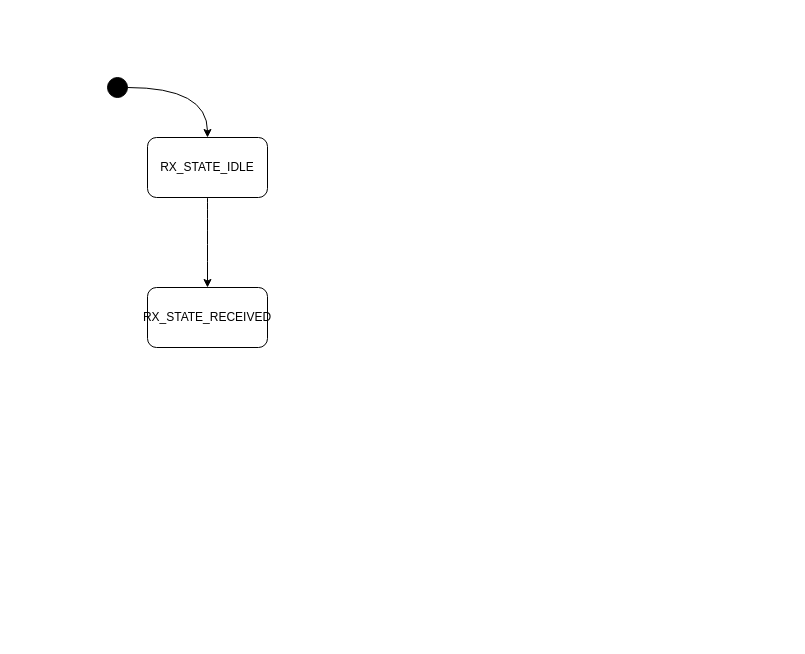
The draw.io diagram graphe_etats.drawio in Artilect-FabTronic/Arduino-Machine-A-Etats, before the edit. Source tidied: cells renumbered, new cells numbered last; positions are measured from the earlier drawing's top-left corner, leaving out a move shared by most shapes. Both pictures are drawn from the tidied source at 100%, with x=0, y=0 at pixel (107, 77).
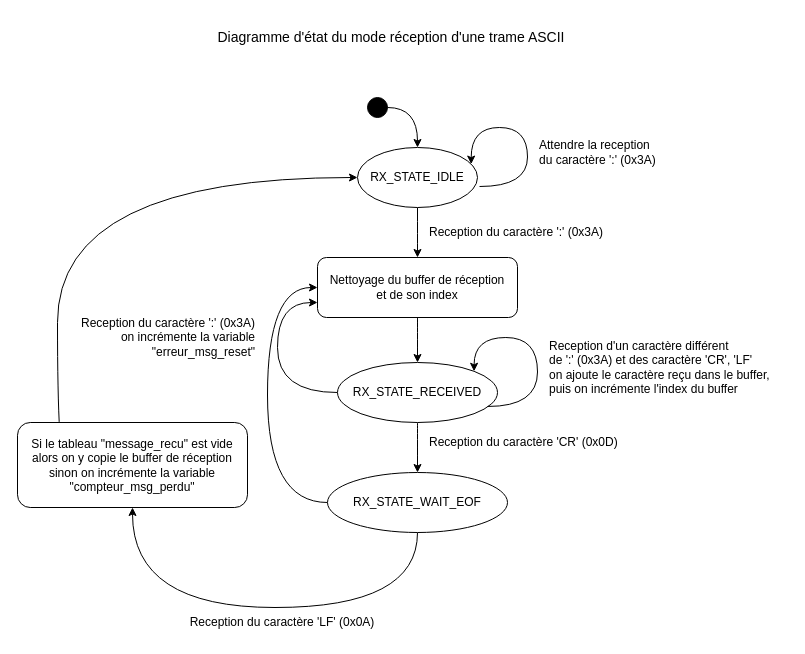
The same diagram, later.

Commit message (it also covers changes not shown here):
Mise à jour du diagramme de reception d'une trame

What changed in the source:
```diff
@@
     <mxCell id="3" style="ellipse;whiteSpace=wrap;html=1;fillColor=#000000;" parent="1" vertex="1">
-      <mxGeometry width="20" height="20" as="geometry" />
+      <mxGeometry x="260" y="20" width="20" height="20" as="geometry" />
     </mxCell>
-    <mxCell id="4" style="edgeStyle=orthogonalEdgeStyle;curved=1;jettySize=auto;html=1;" parent="1" edge="1" source="5" target="6">
-      <mxGeometry relative="1" as="geometry" />
-    </mxCell>
+    <mxCell id="7" style="edgeStyle=orthogonalEdgeStyle;curved=1;rounded=0;jettySize=auto;html=1;exitX=0.5;exitY=1;exitDx=0;exitDy=0;entryX=0.5;entryY=0;entryDx=0;entryDy=0;startArrow=none;startFill=0;" parent="1" edge="1" source="5" target="23">
+      <mxGeometry relative="1" as="geometry">
+        <Array as="points">
+          <mxPoint x="310" y="160" />
+          <mxPoint x="310" y="160" />
+        </Array>
+      </mxGeometry>
+    </mxCell>
-    <mxCell id="5" value="RX_STATE_IDLE" style="rounded=1;whiteSpace=wrap;html=1;" parent="1" vertex="1">
-      <mxGeometry x="40" y="60" width="120" height="60" as="geometry" />
+    <mxCell id="5" value="RX_STATE_IDLE" style="ellipse;whiteSpace=wrap;html=1;rounded=1;" parent="1" vertex="1">
+      <mxGeometry x="250" y="70" width="120" height="60" as="geometry" />
     </mxCell>
+    <mxCell id="8" style="edgeStyle=orthogonalEdgeStyle;curved=1;rounded=0;jettySize=auto;html=1;exitX=0.25;exitY=0;exitDx=0;exitDy=0;entryX=0;entryY=0.5;entryDx=0;entryDy=0;startArrow=none;startFill=0;" parent="1" edge="1" source="6" target="5">
+      <mxGeometry relative="1" as="geometry">
+        <Array as="points">
+          <mxPoint x="-50" y="390" />
+          <mxPoint x="-50" y="100" />
+        </Array>
+      </mxGeometry>
+    </mxCell>
-    <mxCell id="6" value="&lt;span&gt;RX_STATE_RECEIVED&lt;/span&gt;" style="whiteSpace=wrap;html=1;rounded=1;" parent="1" vertex="1">
-      <mxGeometry x="40" y="210" width="120" height="60" as="geometry" />
+    <mxCell id="6" value="&lt;span&gt;Si le tableau&amp;nbsp;&quot;message_recu&quot;&amp;nbsp;est vide&lt;br&gt;alors on y copie le buffer de réception&lt;br&gt;sinon&amp;nbsp;on incrémente la variable &quot;compteur_msg_perdu&quot;&lt;br&gt;&lt;/span&gt;" style="whiteSpace=wrap;html=1;rounded=1;" parent="1" vertex="1">
+      <mxGeometry x="-90" y="345" width="230" height="85" as="geometry" />
     </mxCell>
+    <mxCell id="9" style="edgeStyle=orthogonalEdgeStyle;curved=1;rounded=0;jettySize=auto;html=1;startArrow=none;startFill=0;exitX=0.5;exitY=1;exitDx=0;exitDy=0;entryX=0.5;entryY=1;entryDx=0;entryDy=0;" parent="1" edge="1" source="11" target="6">
+      <mxGeometry relative="1" as="geometry">
+        <Array as="points">
+          <mxPoint x="310" y="530" />
+          <mxPoint x="25" y="530" />
+        </Array>
+      </mxGeometry>
+    </mxCell>
+    <mxCell id="10" style="edgeStyle=orthogonalEdgeStyle;curved=1;rounded=0;jettySize=auto;html=1;exitX=0;exitY=0.5;exitDx=0;exitDy=0;entryX=0;entryY=0.5;entryDx=0;entryDy=0;startArrow=none;startFill=0;" parent="1" edge="1" source="11" target="23">
+      <mxGeometry relative="1" as="geometry">
+        <Array as="points">
+          <mxPoint x="160" y="425" />
+          <mxPoint x="160" y="210" />
+        </Array>
+      </mxGeometry>
+    </mxCell>
+    <mxCell id="11" value="&lt;span&gt;RX_STATE_WAIT_EOF&lt;br&gt;&lt;/span&gt;" style="ellipse;whiteSpace=wrap;html=1;rounded=1;" parent="1" vertex="1">
+      <mxGeometry x="220" y="395" width="180" height="60" as="geometry" />
+    </mxCell>
+    <mxCell id="12" style="edgeStyle=orthogonalEdgeStyle;rounded=0;orthogonalLoop=1;jettySize=auto;html=1;exitX=1.017;exitY=0.65;exitDx=0;exitDy=0;entryX=1;entryY=0.25;entryDx=0;entryDy=0;curved=1;exitPerimeter=0;" parent="1" edge="1" source="5" target="5">
+      <mxGeometry relative="1" as="geometry">
+        <Array as="points">
+          <mxPoint x="420" y="109" />
+          <mxPoint x="420" y="50" />
+          <mxPoint x="364" y="50" />
+        </Array>
+      </mxGeometry>
+    </mxCell>
+    <mxCell id="13" value="Attendre la reception&lt;br&gt;du caractère&amp;nbsp;':' (0x3A)" style="text;html=1;strokeColor=none;fillColor=none;align=left;verticalAlign=middle;whiteSpace=wrap;rounded=0;" parent="1" vertex="1">
+      <mxGeometry x="430" y="50" width="130" height="50" as="geometry" />
+    </mxCell>
+    <mxCell id="14" value="Reception du caractère ':' (0x3A)" style="text;html=1;strokeColor=none;fillColor=none;align=left;verticalAlign=middle;whiteSpace=wrap;rounded=0;" parent="1" vertex="1">
+      <mxGeometry x="320" y="140" width="200" height="30" as="geometry" />
+    </mxCell>
+    <mxCell id="15" style="edgeStyle=orthogonalEdgeStyle;curved=1;rounded=0;jettySize=auto;html=1;startArrow=none;startFill=0;" parent="1" edge="1" source="17" target="11">
+      <mxGeometry relative="1" as="geometry" />
+    </mxCell>
+    <mxCell id="16" style="edgeStyle=orthogonalEdgeStyle;curved=1;rounded=0;jettySize=auto;html=1;exitX=0;exitY=0.5;exitDx=0;exitDy=0;entryX=0;entryY=0.75;entryDx=0;entryDy=0;startArrow=none;startFill=0;" parent="1" edge="1" source="17" target="23">
+      <mxGeometry relative="1" as="geometry">
+        <Array as="points">
+          <mxPoint x="170" y="315" />
+          <mxPoint x="170" y="225" />
+        </Array>
+      </mxGeometry>
+    </mxCell>
+    <mxCell id="17" value="&lt;span&gt;RX_STATE_RECEIVED&lt;/span&gt;" style="ellipse;whiteSpace=wrap;html=1;rounded=1;" parent="1" vertex="1">
+      <mxGeometry x="230" y="285" width="160" height="60" as="geometry" />
+    </mxCell>
+    <mxCell id="18" value="Reception d'un caractère différent&lt;br&gt;de ':' (0x3A) et des caractère 'CR', 'LF'&lt;br&gt;on ajoute le caractère reçu dans le buffer,&lt;br&gt;puis on incrémente l'index du buffer&amp;nbsp;" style="text;html=1;strokeColor=none;fillColor=none;align=left;verticalAlign=middle;whiteSpace=wrap;rounded=0;" parent="1" vertex="1">
+      <mxGeometry x="440" y="250" width="240" height="80" as="geometry" />
+    </mxCell>
+    <mxCell id="19" style="edgeStyle=orthogonalEdgeStyle;curved=1;rounded=0;orthogonalLoop=1;jettySize=auto;html=1;exitX=0.5;exitY=1;exitDx=0;exitDy=0;startArrow=none;startFill=0;" parent="1" edge="1" source="18" target="18">
+      <mxGeometry relative="1" as="geometry" />
+    </mxCell>
+    <mxCell id="20" value="Reception du caractère 'LF' (0x0A)" style="text;html=1;strokeColor=none;fillColor=none;align=center;verticalAlign=middle;whiteSpace=wrap;rounded=0;" parent="1" vertex="1">
+      <mxGeometry x="60" y="530" width="230" height="30" as="geometry" />
+    </mxCell>
+    <mxCell id="21" value="Reception du caractère 'CR' (0x0D)" style="text;html=1;strokeColor=none;fillColor=none;align=left;verticalAlign=middle;whiteSpace=wrap;rounded=0;" parent="1" vertex="1">
+      <mxGeometry x="320" y="350" width="250" height="30" as="geometry" />
+    </mxCell>
+    <mxCell id="22" style="edgeStyle=orthogonalEdgeStyle;curved=1;rounded=0;jettySize=auto;html=1;exitX=0.5;exitY=1;exitDx=0;exitDy=0;entryX=0.5;entryY=0;entryDx=0;entryDy=0;startArrow=none;startFill=0;" parent="1" edge="1" source="23" target="17">
+      <mxGeometry relative="1" as="geometry" />
+    </mxCell>
+    <mxCell id="23" value="&lt;span style=&quot;text-align: left&quot;&gt;Nettoyage du buffer&amp;nbsp;&lt;/span&gt;&lt;span style=&quot;text-align: left&quot;&gt;de réception&lt;/span&gt;&lt;span style=&quot;text-align: left&quot;&gt;&lt;br&gt;et de son index&lt;/span&gt;" style="whiteSpace=wrap;html=1;rounded=1;" parent="1" vertex="1">
+      <mxGeometry x="210" y="180" width="200" height="60" as="geometry" />
+    </mxCell>
+    <mxCell id="24" value="Reception du caractère ':' (0x3A)&lt;br&gt;on incrémente la variable &quot;erreur_msg_reset&quot;" style="text;html=1;strokeColor=none;fillColor=none;align=right;verticalAlign=middle;whiteSpace=wrap;rounded=0;" parent="1" vertex="1">
+      <mxGeometry x="-30" y="230" width="180" height="60" as="geometry" />
+    </mxCell>
+    <mxCell id="25" style="edgeStyle=orthogonalEdgeStyle;curved=1;rounded=0;orthogonalLoop=1;jettySize=auto;html=1;exitX=0.938;exitY=0.733;exitDx=0;exitDy=0;startArrow=none;startFill=0;entryX=1;entryY=0;entryDx=0;entryDy=0;exitPerimeter=0;" parent="1" edge="1" source="17" target="17">
+      <mxGeometry relative="1" as="geometry">
+        <Array as="points">
+          <mxPoint x="430" y="329" />
+          <mxPoint x="430" y="260" />
+          <mxPoint x="367" y="260" />
+        </Array>
+      </mxGeometry>
+    </mxCell>
+    <mxCell id="26" value="Diagramme d'état du mode réception d'une trame ASCII" style="text;html=1;strokeColor=none;fillColor=none;align=center;verticalAlign=middle;whiteSpace=wrap;rounded=0;fontSize=14;" parent="1" vertex="1">
+      <mxGeometry x="29" y="-60" width="510" height="40" as="geometry" />
+    </mxCell>
```
